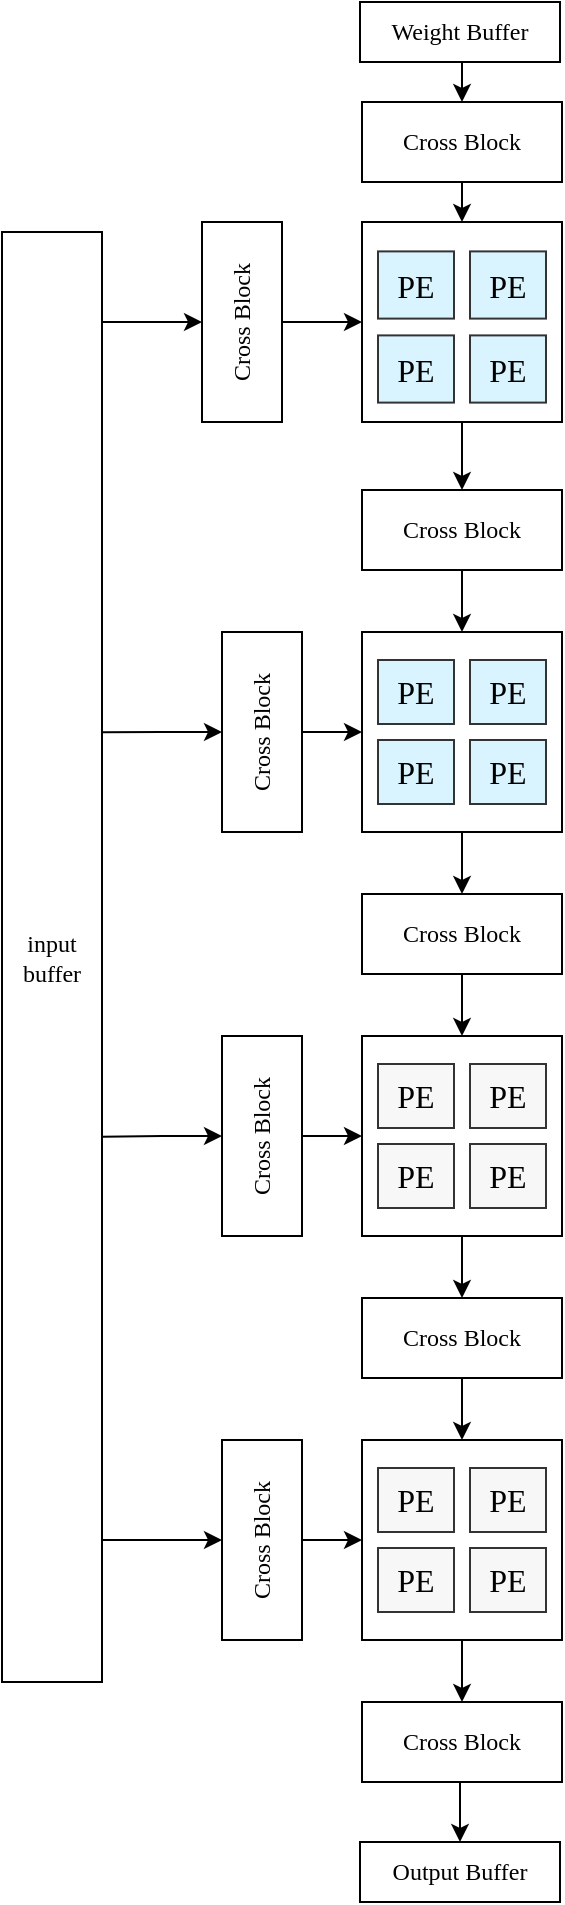
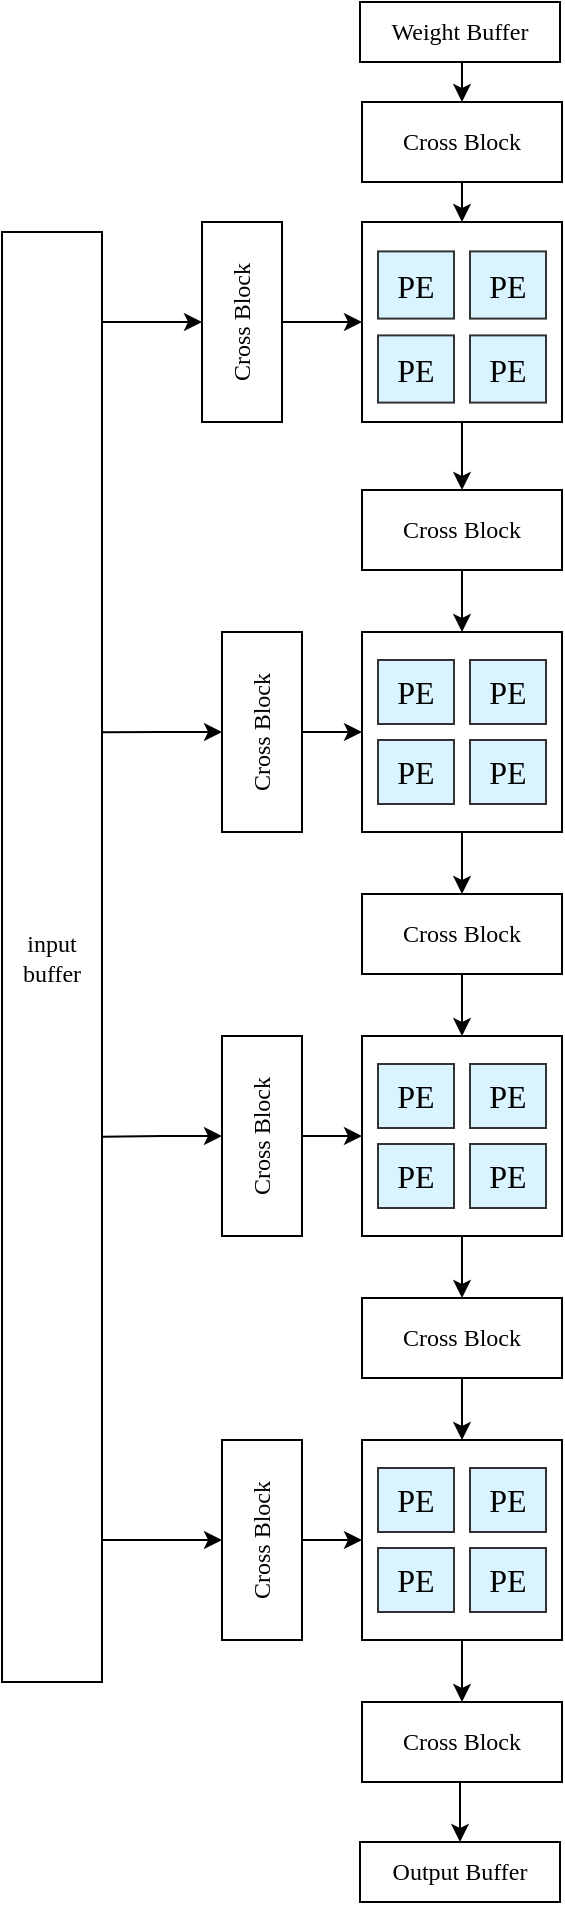
<mxfile host="app.diagrams.net">
  <diagram name="第 1 页" id="dqwHSUa8tPY2lO4kEc0M">
    <mxGraphModel dx="2040" dy="1097" grid="1" gridSize="10" guides="1" tooltips="1" connect="1" arrows="1" fold="1" page="1" pageScale="1" pageWidth="827" pageHeight="1169" math="0" shadow="0">
      <root>
        <mxCell id="0" />
        <mxCell id="1" parent="0" />
        <mxCell id="8TKhmsy4eXj4ZpiysU3I-1" connectable="0" parent="1" style="group;fontFamily=Times New Roman;" value="" vertex="1">
          <mxGeometry height="100" width="100" x="390" y="355" as="geometry" />
        </mxCell>
        <mxCell id="8TKhmsy4eXj4ZpiysU3I-2" parent="8TKhmsy4eXj4ZpiysU3I-1" style="whiteSpace=wrap;html=1;aspect=fixed;fontFamily=Times New Roman;" value="" vertex="1">
          <mxGeometry height="100" width="100" as="geometry" />
        </mxCell>
        <mxCell id="8TKhmsy4eXj4ZpiysU3I-3" connectable="0" parent="8TKhmsy4eXj4ZpiysU3I-1" style="group;fontFamily=Times New Roman;" value="" vertex="1">
          <mxGeometry height="72" width="84" x="8" y="14" as="geometry" />
        </mxCell>
        <mxCell id="8TKhmsy4eXj4ZpiysU3I-4" parent="8TKhmsy4eXj4ZpiysU3I-3" style="whiteSpace=wrap;html=1;fillColor=#D9F4FF;strokeColor=#333333;strokeWidth=1;fontSize=8;fontStyle=0;rounded=0;fontFamily=Times New Roman;" value="&lt;span style=&quot;font-size: 16px;&quot;&gt;PE&lt;/span&gt;" vertex="1">
          <mxGeometry height="32" width="38" as="geometry" />
        </mxCell>
        <mxCell id="8TKhmsy4eXj4ZpiysU3I-5" parent="8TKhmsy4eXj4ZpiysU3I-3" style="whiteSpace=wrap;html=1;fillColor=#D9F4FF;strokeColor=#333333;strokeWidth=1;fontSize=8;fontStyle=0;rounded=0;fontFamily=Times New Roman;" value="&lt;span style=&quot;font-size: 16px;&quot;&gt;PE&lt;/span&gt;" vertex="1">
          <mxGeometry height="32" width="38" x="46" as="geometry" />
        </mxCell>
        <mxCell id="8TKhmsy4eXj4ZpiysU3I-6" parent="8TKhmsy4eXj4ZpiysU3I-3" style="whiteSpace=wrap;html=1;fillColor=#D9F4FF;strokeColor=#333333;strokeWidth=1;fontSize=8;fontStyle=0;rounded=0;fontFamily=Times New Roman;" value="&lt;span style=&quot;font-size: 16px;&quot;&gt;PE&lt;/span&gt;" vertex="1">
          <mxGeometry height="32" width="38" y="40" as="geometry" />
        </mxCell>
        <mxCell id="8TKhmsy4eXj4ZpiysU3I-7" parent="8TKhmsy4eXj4ZpiysU3I-3" style="whiteSpace=wrap;html=1;fillColor=#D9F4FF;strokeColor=#333333;strokeWidth=1;fontSize=8;fontStyle=0;rounded=0;fontFamily=Times New Roman;" value="&lt;span style=&quot;font-size: 16px;&quot;&gt;PE&lt;/span&gt;" vertex="1">
          <mxGeometry height="32" width="38" x="46" y="40" as="geometry" />
        </mxCell>
        <mxCell id="8TKhmsy4eXj4ZpiysU3I-8" connectable="0" parent="1" style="group;fontFamily=Times New Roman;" value="" vertex="1">
          <mxGeometry height="105" width="100" x="390" y="150" as="geometry" />
        </mxCell>
        <mxCell id="8TKhmsy4eXj4ZpiysU3I-9" parent="8TKhmsy4eXj4ZpiysU3I-8" style="whiteSpace=wrap;html=1;aspect=fixed;fontFamily=Times New Roman;" value="" vertex="1">
          <mxGeometry height="100" width="100" as="geometry" />
        </mxCell>
        <mxCell id="8TKhmsy4eXj4ZpiysU3I-10" connectable="0" parent="8TKhmsy4eXj4ZpiysU3I-8" style="group;fontFamily=Times New Roman;" value="" vertex="1">
          <mxGeometry height="75.60000000000001" width="84" x="8" y="14.700000000000001" as="geometry" />
        </mxCell>
        <mxCell id="8TKhmsy4eXj4ZpiysU3I-11" parent="8TKhmsy4eXj4ZpiysU3I-10" style="whiteSpace=wrap;html=1;fillColor=#D9F4FF;strokeColor=#333333;strokeWidth=1;fontSize=8;fontStyle=0;rounded=0;fontFamily=Times New Roman;" value="&lt;span style=&quot;font-size: 16px;&quot;&gt;PE&lt;/span&gt;" vertex="1">
          <mxGeometry height="33.6" width="38" as="geometry" />
        </mxCell>
        <mxCell id="8TKhmsy4eXj4ZpiysU3I-12" parent="8TKhmsy4eXj4ZpiysU3I-10" style="whiteSpace=wrap;html=1;fillColor=#D9F4FF;strokeColor=#333333;strokeWidth=1;fontSize=8;fontStyle=0;rounded=0;fontFamily=Times New Roman;" value="&lt;span style=&quot;font-size: 16px;&quot;&gt;PE&lt;/span&gt;" vertex="1">
          <mxGeometry height="33.6" width="38" x="46" as="geometry" />
        </mxCell>
        <mxCell id="8TKhmsy4eXj4ZpiysU3I-13" parent="8TKhmsy4eXj4ZpiysU3I-10" style="whiteSpace=wrap;html=1;fillColor=#D9F4FF;strokeColor=#333333;strokeWidth=1;fontSize=8;fontStyle=0;rounded=0;fontFamily=Times New Roman;" value="&lt;span style=&quot;font-size: 16px;&quot;&gt;PE&lt;/span&gt;" vertex="1">
          <mxGeometry height="33.6" width="38" y="42" as="geometry" />
        </mxCell>
        <mxCell id="8TKhmsy4eXj4ZpiysU3I-14" parent="8TKhmsy4eXj4ZpiysU3I-10" style="whiteSpace=wrap;html=1;fillColor=#D9F4FF;strokeColor=#333333;strokeWidth=1;fontSize=8;fontStyle=0;rounded=0;fontFamily=Times New Roman;" value="&lt;span style=&quot;font-size: 16px;&quot;&gt;PE&lt;/span&gt;" vertex="1">
          <mxGeometry height="33.6" width="38" x="46" y="42" as="geometry" />
-         </mxCell>
-         <mxCell id="8TKhmsy4eXj4ZpiysU3I-15" connectable="0" parent="1" style="group;fontFamily=Times New Roman;" value="" vertex="1">
-           <mxGeometry height="100" width="100" x="390" y="557" as="geometry" />
-         </mxCell>
-         <mxCell id="8TKhmsy4eXj4ZpiysU3I-16" parent="8TKhmsy4eXj4ZpiysU3I-15" style="whiteSpace=wrap;html=1;aspect=fixed;fontFamily=Times New Roman;" value="" vertex="1">
-           <mxGeometry height="100" width="100" as="geometry" />
-         </mxCell>
-         <mxCell id="8TKhmsy4eXj4ZpiysU3I-17" connectable="0" parent="8TKhmsy4eXj4ZpiysU3I-15" style="group;fontFamily=Times New Roman;" value="" vertex="1">
-           <mxGeometry height="72" width="84" x="8" y="14" as="geometry" />
-         </mxCell>
-         <mxCell id="8TKhmsy4eXj4ZpiysU3I-18" parent="8TKhmsy4eXj4ZpiysU3I-17" style="whiteSpace=wrap;html=1;fillColor=#F7F7F7;strokeColor=#333333;strokeWidth=1;fontSize=8;fontStyle=0;rounded=0;fontFamily=Times New Roman;" value="&lt;span style=&quot;font-size: 16px;&quot;&gt;PE&lt;/span&gt;" vertex="1">
-           <mxGeometry height="32" width="38" as="geometry" />
-         </mxCell>
-         <mxCell id="8TKhmsy4eXj4ZpiysU3I-19" parent="8TKhmsy4eXj4ZpiysU3I-17" style="whiteSpace=wrap;html=1;fillColor=#F7F7F7;strokeColor=#333333;strokeWidth=1;fontSize=8;fontStyle=0;rounded=0;fontFamily=Times New Roman;" value="&lt;span style=&quot;font-size: 16px;&quot;&gt;PE&lt;/span&gt;" vertex="1">
-           <mxGeometry height="32" width="38" x="46" as="geometry" />
-         </mxCell>
-         <mxCell id="8TKhmsy4eXj4ZpiysU3I-20" parent="8TKhmsy4eXj4ZpiysU3I-17" style="whiteSpace=wrap;html=1;fillColor=#F7F7F7;strokeColor=#333333;strokeWidth=1;fontSize=8;fontStyle=0;rounded=0;fontFamily=Times New Roman;" value="&lt;span style=&quot;font-size: 16px;&quot;&gt;PE&lt;/span&gt;" vertex="1">
-           <mxGeometry height="32" width="38" y="40" as="geometry" />
-         </mxCell>
-         <mxCell id="8TKhmsy4eXj4ZpiysU3I-21" parent="8TKhmsy4eXj4ZpiysU3I-17" style="whiteSpace=wrap;html=1;fillColor=#F7F7F7;strokeColor=#333333;strokeWidth=1;fontSize=8;fontStyle=0;rounded=0;fontFamily=Times New Roman;" value="&lt;span style=&quot;font-size: 16px;&quot;&gt;PE&lt;/span&gt;" vertex="1">
-           <mxGeometry height="32" width="38" x="46" y="40" as="geometry" />
-         </mxCell>
-         <mxCell id="8TKhmsy4eXj4ZpiysU3I-22" connectable="0" parent="1" style="group;fontFamily=Times New Roman;" value="" vertex="1">
-           <mxGeometry height="100" width="100" x="390" y="759" as="geometry" />
-         </mxCell>
-         <mxCell id="8TKhmsy4eXj4ZpiysU3I-23" parent="8TKhmsy4eXj4ZpiysU3I-22" style="whiteSpace=wrap;html=1;aspect=fixed;fontFamily=Times New Roman;" value="" vertex="1">
-           <mxGeometry height="100" width="100" as="geometry" />
-         </mxCell>
-         <mxCell id="8TKhmsy4eXj4ZpiysU3I-24" connectable="0" parent="8TKhmsy4eXj4ZpiysU3I-22" style="group;fontFamily=Times New Roman;" value="" vertex="1">
-           <mxGeometry height="72" width="84" x="8" y="14" as="geometry" />
-         </mxCell>
-         <mxCell id="8TKhmsy4eXj4ZpiysU3I-25" parent="8TKhmsy4eXj4ZpiysU3I-24" style="whiteSpace=wrap;html=1;fillColor=#F7F7F7;strokeColor=#333333;strokeWidth=1;fontSize=8;fontStyle=0;rounded=0;fontFamily=Times New Roman;" value="&lt;span style=&quot;font-size: 16px;&quot;&gt;PE&lt;/span&gt;" vertex="1">
-           <mxGeometry height="32" width="38" as="geometry" />
-         </mxCell>
-         <mxCell id="8TKhmsy4eXj4ZpiysU3I-26" parent="8TKhmsy4eXj4ZpiysU3I-24" style="whiteSpace=wrap;html=1;fillColor=#F7F7F7;strokeColor=#333333;strokeWidth=1;fontSize=8;fontStyle=0;rounded=0;fontFamily=Times New Roman;" value="&lt;span style=&quot;font-size: 16px;&quot;&gt;PE&lt;/span&gt;" vertex="1">
-           <mxGeometry height="32" width="38" x="46" as="geometry" />
-         </mxCell>
-         <mxCell id="8TKhmsy4eXj4ZpiysU3I-27" parent="8TKhmsy4eXj4ZpiysU3I-24" style="whiteSpace=wrap;html=1;fillColor=#F7F7F7;strokeColor=#333333;strokeWidth=1;fontSize=8;fontStyle=0;rounded=0;fontFamily=Times New Roman;" value="&lt;span style=&quot;font-size: 16px;&quot;&gt;PE&lt;/span&gt;" vertex="1">
-           <mxGeometry height="32" width="38" y="40" as="geometry" />
-         </mxCell>
-         <mxCell id="8TKhmsy4eXj4ZpiysU3I-28" parent="8TKhmsy4eXj4ZpiysU3I-24" style="whiteSpace=wrap;html=1;fillColor=#F7F7F7;strokeColor=#333333;strokeWidth=1;fontSize=8;fontStyle=0;rounded=0;fontFamily=Times New Roman;" value="&lt;span style=&quot;font-size: 16px;&quot;&gt;PE&lt;/span&gt;" vertex="1">
-           <mxGeometry height="32" width="38" x="46" y="40" as="geometry" />
        </mxCell>
        <mxCell id="8TKhmsy4eXj4ZpiysU3I-29" parent="1" style="rounded=0;whiteSpace=wrap;html=1;fontFamily=Times New Roman;" value="input buffer" vertex="1">
          <mxGeometry height="725" width="50" x="210" y="155" as="geometry" />
        </mxCell>
        <mxCell id="8TKhmsy4eXj4ZpiysU3I-30" edge="1" parent="1" source="8TKhmsy4eXj4ZpiysU3I-31" style="edgeStyle=orthogonalEdgeStyle;rounded=0;orthogonalLoop=1;jettySize=auto;html=1;exitX=0.5;exitY=1;exitDx=0;exitDy=0;entryX=0;entryY=0.5;entryDx=0;entryDy=0;fontFamily=Times New Roman;" target="8TKhmsy4eXj4ZpiysU3I-9">
          <mxGeometry relative="1" as="geometry" />
        </mxCell>
        <mxCell id="8TKhmsy4eXj4ZpiysU3I-31" parent="1" style="rounded=0;whiteSpace=wrap;html=1;movable=1;resizable=1;rotatable=1;deletable=1;editable=1;locked=0;connectable=1;rotation=-90;fontFamily=Times New Roman;" value="Cross Block" vertex="1">
          <mxGeometry height="40" width="100" x="280" y="180" as="geometry" />
        </mxCell>
        <mxCell id="8TKhmsy4eXj4ZpiysU3I-32" edge="1" parent="1" source="8TKhmsy4eXj4ZpiysU3I-33" style="edgeStyle=orthogonalEdgeStyle;rounded=0;orthogonalLoop=1;jettySize=auto;html=1;exitX=0.5;exitY=1;exitDx=0;exitDy=0;entryX=0.5;entryY=0;entryDx=0;entryDy=0;fontFamily=Times New Roman;" target="8TKhmsy4eXj4ZpiysU3I-2">
          <mxGeometry relative="1" as="geometry" />
        </mxCell>
        <mxCell id="8TKhmsy4eXj4ZpiysU3I-33" parent="1" style="rounded=0;whiteSpace=wrap;html=1;movable=1;resizable=1;rotatable=1;deletable=1;editable=1;locked=0;connectable=1;rotation=0;fontFamily=Times New Roman;" value="Cross Block" vertex="1">
          <mxGeometry height="40" width="100" x="390" y="284" as="geometry" />
        </mxCell>
        <mxCell id="8TKhmsy4eXj4ZpiysU3I-34" edge="1" parent="1" source="8TKhmsy4eXj4ZpiysU3I-35" style="edgeStyle=orthogonalEdgeStyle;rounded=0;orthogonalLoop=1;jettySize=auto;html=1;exitX=0.5;exitY=1;exitDx=0;exitDy=0;entryX=0.5;entryY=0;entryDx=0;entryDy=0;fontFamily=Times New Roman;" target="8TKhmsy4eXj4ZpiysU3I-16">
          <mxGeometry relative="1" as="geometry" />
        </mxCell>
        <mxCell id="8TKhmsy4eXj4ZpiysU3I-35" parent="1" style="rounded=0;whiteSpace=wrap;html=1;movable=1;resizable=1;rotatable=1;deletable=1;editable=1;locked=0;connectable=1;rotation=0;fontFamily=Times New Roman;" value="Cross Block" vertex="1">
          <mxGeometry height="40" width="100" x="390" y="486" as="geometry" />
        </mxCell>
        <mxCell id="8TKhmsy4eXj4ZpiysU3I-36" edge="1" parent="1" source="8TKhmsy4eXj4ZpiysU3I-37" style="edgeStyle=orthogonalEdgeStyle;rounded=0;orthogonalLoop=1;jettySize=auto;html=1;exitX=0.5;exitY=1;exitDx=0;exitDy=0;entryX=0.5;entryY=0;entryDx=0;entryDy=0;fontFamily=Times New Roman;" target="8TKhmsy4eXj4ZpiysU3I-23">
          <mxGeometry relative="1" as="geometry" />
        </mxCell>
        <mxCell id="8TKhmsy4eXj4ZpiysU3I-37" parent="1" style="rounded=0;whiteSpace=wrap;html=1;movable=1;resizable=1;rotatable=1;deletable=1;editable=1;locked=0;connectable=1;rotation=0;fontFamily=Times New Roman;" value="Cross Block" vertex="1">
          <mxGeometry height="40" width="100" x="390" y="688" as="geometry" />
        </mxCell>
        <mxCell id="8TKhmsy4eXj4ZpiysU3I-38" edge="1" parent="1" source="8TKhmsy4eXj4ZpiysU3I-39" style="edgeStyle=orthogonalEdgeStyle;rounded=0;orthogonalLoop=1;jettySize=auto;html=1;exitX=0.5;exitY=1;exitDx=0;exitDy=0;entryX=0.5;entryY=0;entryDx=0;entryDy=0;fontFamily=Times New Roman;" target="8TKhmsy4eXj4ZpiysU3I-55">
          <mxGeometry relative="1" as="geometry" />
        </mxCell>
        <mxCell id="8TKhmsy4eXj4ZpiysU3I-39" parent="1" style="rounded=0;whiteSpace=wrap;html=1;movable=1;resizable=1;rotatable=1;deletable=1;editable=1;locked=0;connectable=1;rotation=0;fontFamily=Times New Roman;" value="Cross Block" vertex="1">
          <mxGeometry height="40" width="100" x="390" y="890" as="geometry" />
        </mxCell>
        <mxCell id="8TKhmsy4eXj4ZpiysU3I-40" edge="1" parent="1" source="8TKhmsy4eXj4ZpiysU3I-41" style="edgeStyle=orthogonalEdgeStyle;rounded=0;orthogonalLoop=1;jettySize=auto;html=1;exitX=0.5;exitY=1;exitDx=0;exitDy=0;entryX=0;entryY=0.5;entryDx=0;entryDy=0;fontFamily=Times New Roman;" target="8TKhmsy4eXj4ZpiysU3I-2">
          <mxGeometry relative="1" as="geometry" />
        </mxCell>
        <mxCell id="8TKhmsy4eXj4ZpiysU3I-41" parent="1" style="rounded=0;whiteSpace=wrap;html=1;movable=1;resizable=1;rotatable=1;deletable=1;editable=1;locked=0;connectable=1;rotation=-90;fontFamily=Times New Roman;" value="Cross Block" vertex="1">
          <mxGeometry height="40" width="100" x="290" y="385" as="geometry" />
        </mxCell>
        <mxCell id="8TKhmsy4eXj4ZpiysU3I-42" edge="1" parent="1" source="8TKhmsy4eXj4ZpiysU3I-43" style="edgeStyle=orthogonalEdgeStyle;rounded=0;orthogonalLoop=1;jettySize=auto;html=1;exitX=0.5;exitY=1;exitDx=0;exitDy=0;entryX=0;entryY=0.5;entryDx=0;entryDy=0;fontFamily=Times New Roman;" target="8TKhmsy4eXj4ZpiysU3I-16">
          <mxGeometry relative="1" as="geometry" />
        </mxCell>
        <mxCell id="8TKhmsy4eXj4ZpiysU3I-43" parent="1" style="rounded=0;whiteSpace=wrap;html=1;movable=1;resizable=1;rotatable=1;deletable=1;editable=1;locked=0;connectable=1;rotation=-90;fontFamily=Times New Roman;" value="Cross Block" vertex="1">
          <mxGeometry height="40" width="100" x="290" y="587" as="geometry" />
        </mxCell>
        <mxCell id="8TKhmsy4eXj4ZpiysU3I-44" edge="1" parent="1" source="8TKhmsy4eXj4ZpiysU3I-45" style="edgeStyle=orthogonalEdgeStyle;rounded=0;orthogonalLoop=1;jettySize=auto;html=1;exitX=0.5;exitY=1;exitDx=0;exitDy=0;entryX=0;entryY=0.5;entryDx=0;entryDy=0;fontFamily=Times New Roman;" target="8TKhmsy4eXj4ZpiysU3I-23">
          <mxGeometry relative="1" as="geometry" />
        </mxCell>
        <mxCell id="8TKhmsy4eXj4ZpiysU3I-45" parent="1" style="rounded=0;whiteSpace=wrap;html=1;movable=1;resizable=1;rotatable=1;deletable=1;editable=1;locked=0;connectable=1;rotation=-90;fontFamily=Times New Roman;" value="Cross Block" vertex="1">
          <mxGeometry height="40" width="100" x="290" y="789" as="geometry" />
        </mxCell>
        <mxCell id="8TKhmsy4eXj4ZpiysU3I-46" edge="1" parent="1" source="8TKhmsy4eXj4ZpiysU3I-47" style="edgeStyle=orthogonalEdgeStyle;rounded=0;orthogonalLoop=1;jettySize=auto;html=1;exitX=0.5;exitY=1;exitDx=0;exitDy=0;entryX=0.5;entryY=0;entryDx=0;entryDy=0;fontFamily=Times New Roman;" target="8TKhmsy4eXj4ZpiysU3I-49">
          <mxGeometry relative="1" as="geometry" />
        </mxCell>
        <mxCell id="8TKhmsy4eXj4ZpiysU3I-47" parent="1" style="rounded=0;whiteSpace=wrap;html=1;fontFamily=Times New Roman;" value="Weight Buffer" vertex="1">
          <mxGeometry height="30" width="100" x="389" y="40" as="geometry" />
        </mxCell>
        <mxCell id="8TKhmsy4eXj4ZpiysU3I-48" edge="1" parent="1" source="8TKhmsy4eXj4ZpiysU3I-49" style="edgeStyle=orthogonalEdgeStyle;rounded=0;orthogonalLoop=1;jettySize=auto;html=1;exitX=0.5;exitY=1;exitDx=0;exitDy=0;entryX=0.5;entryY=0;entryDx=0;entryDy=0;fontFamily=Times New Roman;" target="8TKhmsy4eXj4ZpiysU3I-9">
          <mxGeometry relative="1" as="geometry" />
        </mxCell>
        <mxCell id="8TKhmsy4eXj4ZpiysU3I-49" parent="1" style="rounded=0;whiteSpace=wrap;html=1;movable=1;resizable=1;rotatable=1;deletable=1;editable=1;locked=0;connectable=1;rotation=0;fontFamily=Times New Roman;" value="Cross Block" vertex="1">
          <mxGeometry height="40" width="100" x="390" y="90" as="geometry" />
        </mxCell>
        <mxCell id="8TKhmsy4eXj4ZpiysU3I-50" edge="1" parent="1" source="8TKhmsy4eXj4ZpiysU3I-9" style="edgeStyle=orthogonalEdgeStyle;rounded=0;orthogonalLoop=1;jettySize=auto;html=1;exitX=0.5;exitY=1;exitDx=0;exitDy=0;entryX=0.5;entryY=0;entryDx=0;entryDy=0;fontFamily=Times New Roman;" target="8TKhmsy4eXj4ZpiysU3I-33">
          <mxGeometry relative="1" as="geometry" />
        </mxCell>
        <mxCell id="8TKhmsy4eXj4ZpiysU3I-51" edge="1" parent="1" source="8TKhmsy4eXj4ZpiysU3I-2" style="edgeStyle=orthogonalEdgeStyle;rounded=0;orthogonalLoop=1;jettySize=auto;html=1;exitX=0.5;exitY=1;exitDx=0;exitDy=0;entryX=0.5;entryY=0;entryDx=0;entryDy=0;fontFamily=Times New Roman;" target="8TKhmsy4eXj4ZpiysU3I-35">
          <mxGeometry relative="1" as="geometry" />
        </mxCell>
        <mxCell id="8TKhmsy4eXj4ZpiysU3I-52" edge="1" parent="1" source="8TKhmsy4eXj4ZpiysU3I-16" style="edgeStyle=orthogonalEdgeStyle;rounded=0;orthogonalLoop=1;jettySize=auto;html=1;exitX=0.5;exitY=1;exitDx=0;exitDy=0;entryX=0.5;entryY=0;entryDx=0;entryDy=0;fontFamily=Times New Roman;" target="8TKhmsy4eXj4ZpiysU3I-37">
          <mxGeometry relative="1" as="geometry" />
        </mxCell>
        <mxCell id="8TKhmsy4eXj4ZpiysU3I-53" edge="1" parent="1" source="8TKhmsy4eXj4ZpiysU3I-23" style="edgeStyle=orthogonalEdgeStyle;rounded=0;orthogonalLoop=1;jettySize=auto;html=1;exitX=0.5;exitY=1;exitDx=0;exitDy=0;entryX=0.5;entryY=0;entryDx=0;entryDy=0;fontFamily=Times New Roman;" target="8TKhmsy4eXj4ZpiysU3I-39">
          <mxGeometry relative="1" as="geometry" />
        </mxCell>
        <mxCell id="8TKhmsy4eXj4ZpiysU3I-54" parent="1" style="rounded=0;whiteSpace=wrap;html=1;fontFamily=Times New Roman;" value="Weight Buffer" vertex="1">
          <mxGeometry height="30" width="100" x="389" y="40" as="geometry" />
        </mxCell>
        <mxCell id="8TKhmsy4eXj4ZpiysU3I-55" parent="1" style="rounded=0;whiteSpace=wrap;html=1;fontFamily=Times New Roman;" value="Output Buffer" vertex="1">
          <mxGeometry height="30" width="100" x="389" y="960" as="geometry" />
        </mxCell>
        <mxCell id="8TKhmsy4eXj4ZpiysU3I-56" edge="1" parent="1" source="8TKhmsy4eXj4ZpiysU3I-45" style="edgeStyle=orthogonalEdgeStyle;rounded=0;orthogonalLoop=1;jettySize=auto;html=1;exitX=0.5;exitY=0;exitDx=0;exitDy=0;entryX=1.006;entryY=0.902;entryDx=0;entryDy=0;entryPerimeter=0;startArrow=classic;startFill=1;endArrow=none;endFill=0;fontFamily=Times New Roman;" target="8TKhmsy4eXj4ZpiysU3I-29">
          <mxGeometry relative="1" as="geometry">
            <Array as="points" />
          </mxGeometry>
        </mxCell>
        <mxCell id="8TKhmsy4eXj4ZpiysU3I-57" edge="1" parent="1" source="8TKhmsy4eXj4ZpiysU3I-43" style="edgeStyle=orthogonalEdgeStyle;rounded=0;orthogonalLoop=1;jettySize=auto;html=1;exitX=0.5;exitY=0;exitDx=0;exitDy=0;entryX=1;entryY=0.624;entryDx=0;entryDy=0;entryPerimeter=0;startArrow=classic;startFill=1;endArrow=none;endFill=0;fontFamily=Times New Roman;" target="8TKhmsy4eXj4ZpiysU3I-29">
          <mxGeometry relative="1" as="geometry" />
        </mxCell>
        <mxCell id="8TKhmsy4eXj4ZpiysU3I-58" edge="1" parent="1" source="8TKhmsy4eXj4ZpiysU3I-41" style="edgeStyle=orthogonalEdgeStyle;rounded=0;orthogonalLoop=1;jettySize=auto;html=1;exitX=0.5;exitY=0;exitDx=0;exitDy=0;entryX=1;entryY=0.345;entryDx=0;entryDy=0;entryPerimeter=0;startArrow=classic;startFill=1;endArrow=none;endFill=0;fontFamily=Times New Roman;" target="8TKhmsy4eXj4ZpiysU3I-29">
          <mxGeometry relative="1" as="geometry" />
        </mxCell>
        <mxCell id="8TKhmsy4eXj4ZpiysU3I-59" edge="1" parent="1" source="8TKhmsy4eXj4ZpiysU3I-31" style="edgeStyle=orthogonalEdgeStyle;rounded=0;orthogonalLoop=1;jettySize=auto;html=1;exitX=0.5;exitY=0;exitDx=0;exitDy=0;entryX=1;entryY=0.062;entryDx=0;entryDy=0;entryPerimeter=0;startArrow=classic;startFill=1;endArrow=none;endFill=0;fontFamily=Times New Roman;" target="8TKhmsy4eXj4ZpiysU3I-29">
          <mxGeometry relative="1" as="geometry" />
        </mxCell>
+         <mxCell id="8TKhmsy4eXj4ZpiysU3I-16" parent="1" style="whiteSpace=wrap;html=1;aspect=fixed;fontFamily=Times New Roman;" value="" vertex="1">
+           <mxGeometry height="100" width="100" x="390" y="557" as="geometry" />
+         </mxCell>
+         <mxCell id="8TKhmsy4eXj4ZpiysU3I-18" parent="1" style="whiteSpace=wrap;html=1;fillColor=#D9F4FF;strokeColor=#333333;strokeWidth=1;fontSize=8;fontStyle=0;rounded=0;fontFamily=Times New Roman;" value="&lt;span style=&quot;font-size: 16px;&quot;&gt;PE&lt;/span&gt;" vertex="1">
+           <mxGeometry height="32" width="38" x="398" y="571" as="geometry" />
+         </mxCell>
+         <mxCell id="8TKhmsy4eXj4ZpiysU3I-19" parent="1" style="whiteSpace=wrap;html=1;fillColor=#D9F4FF;strokeColor=#333333;strokeWidth=1;fontSize=8;fontStyle=0;rounded=0;fontFamily=Times New Roman;" value="&lt;span style=&quot;font-size: 16px;&quot;&gt;PE&lt;/span&gt;" vertex="1">
+           <mxGeometry height="32" width="38" x="444" y="571" as="geometry" />
+         </mxCell>
+         <mxCell id="8TKhmsy4eXj4ZpiysU3I-20" parent="1" style="whiteSpace=wrap;html=1;fillColor=#D9F4FF;strokeColor=#333333;strokeWidth=1;fontSize=8;fontStyle=0;rounded=0;fontFamily=Times New Roman;" value="&lt;span style=&quot;font-size: 16px;&quot;&gt;PE&lt;/span&gt;" vertex="1">
+           <mxGeometry height="32" width="38" x="398" y="611" as="geometry" />
+         </mxCell>
+         <mxCell id="8TKhmsy4eXj4ZpiysU3I-21" parent="1" style="whiteSpace=wrap;html=1;fillColor=#D9F4FF;strokeColor=#333333;strokeWidth=1;fontSize=8;fontStyle=0;rounded=0;fontFamily=Times New Roman;" value="&lt;span style=&quot;font-size: 16px;&quot;&gt;PE&lt;/span&gt;" vertex="1">
+           <mxGeometry height="32" width="38" x="444" y="611" as="geometry" />
+         </mxCell>
+         <mxCell id="8TKhmsy4eXj4ZpiysU3I-23" parent="1" style="whiteSpace=wrap;html=1;aspect=fixed;fontFamily=Times New Roman;" value="" vertex="1">
+           <mxGeometry height="100" width="100" x="390" y="759" as="geometry" />
+         </mxCell>
+         <mxCell id="8TKhmsy4eXj4ZpiysU3I-25" parent="1" style="whiteSpace=wrap;html=1;fillColor=#D9F4FF;strokeColor=#333333;strokeWidth=1;fontSize=8;fontStyle=0;rounded=0;fontFamily=Times New Roman;" value="&lt;span style=&quot;font-size: 16px;&quot;&gt;PE&lt;/span&gt;" vertex="1">
+           <mxGeometry height="32" width="38" x="398" y="773" as="geometry" />
+         </mxCell>
+         <mxCell id="8TKhmsy4eXj4ZpiysU3I-26" parent="1" style="whiteSpace=wrap;html=1;fillColor=#D9F4FF;strokeColor=#333333;strokeWidth=1;fontSize=8;fontStyle=0;rounded=0;fontFamily=Times New Roman;" value="&lt;span style=&quot;font-size: 16px;&quot;&gt;PE&lt;/span&gt;" vertex="1">
+           <mxGeometry height="32" width="38" x="444" y="773" as="geometry" />
+         </mxCell>
+         <mxCell id="8TKhmsy4eXj4ZpiysU3I-27" parent="1" style="whiteSpace=wrap;html=1;fillColor=#D9F4FF;strokeColor=#333333;strokeWidth=1;fontSize=8;fontStyle=0;rounded=0;fontFamily=Times New Roman;" value="&lt;span style=&quot;font-size: 16px;&quot;&gt;PE&lt;/span&gt;" vertex="1">
+           <mxGeometry height="32" width="38" x="398" y="813" as="geometry" />
+         </mxCell>
+         <mxCell id="8TKhmsy4eXj4ZpiysU3I-28" parent="1" style="whiteSpace=wrap;html=1;fillColor=light-dark(#d9f4ff, #191919);strokeColor=#333333;strokeWidth=1;fontSize=8;fontStyle=0;rounded=0;fontFamily=Times New Roman;" value="&lt;span style=&quot;font-size: 16px;&quot;&gt;PE&lt;/span&gt;" vertex="1">
+           <mxGeometry height="32" width="38" x="444" y="813" as="geometry" />
+         </mxCell>
      </root>
    </mxGraphModel>
  </diagram>
</mxfile>
